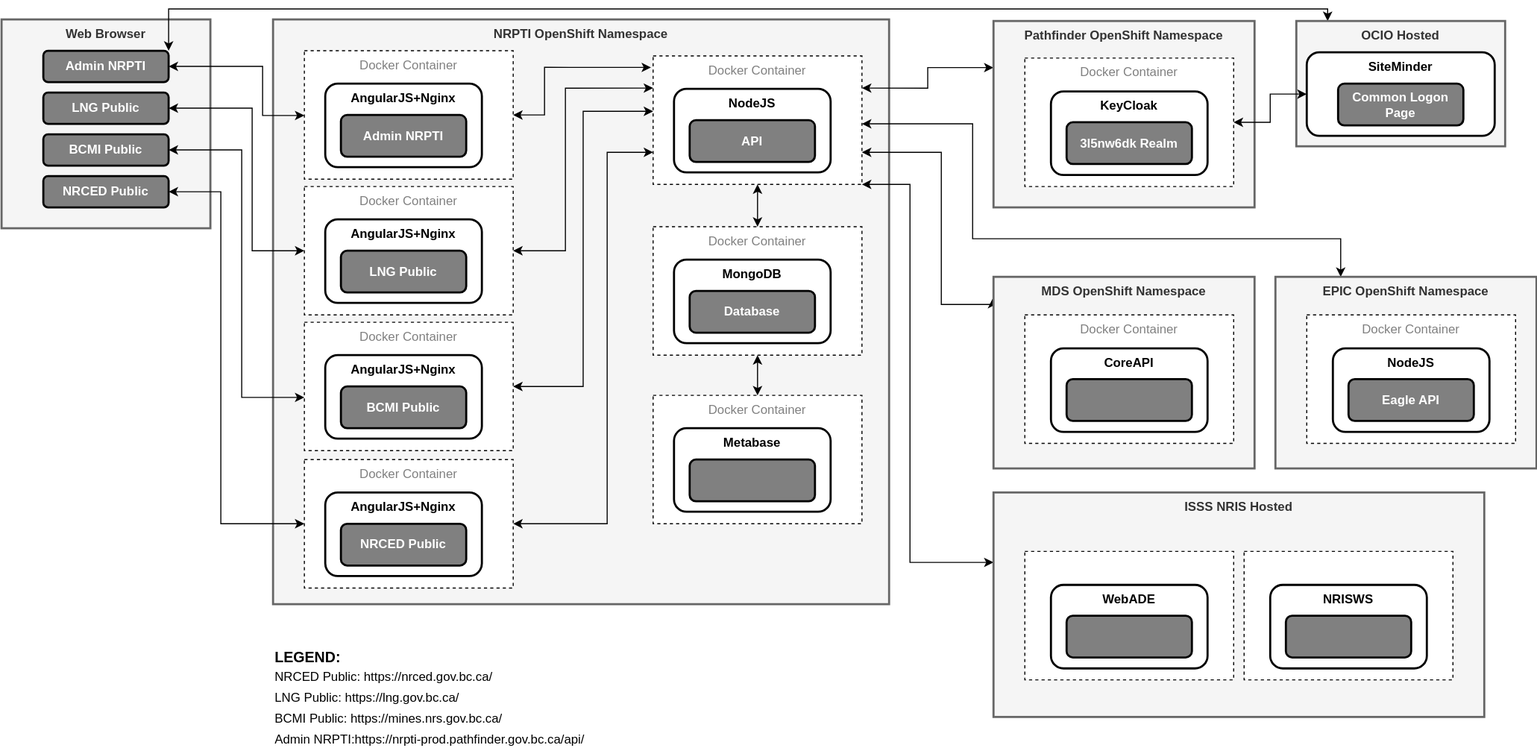
bcgov/NRPTI keeps this draw.io diagram as docs/NRPTI-Architecture.svg. Above is the earlier version. Source tidied: cells renumbered, new cells last; positions are measured from the earlier drawing's top-left corner, leaving out a move shared by most shapes.
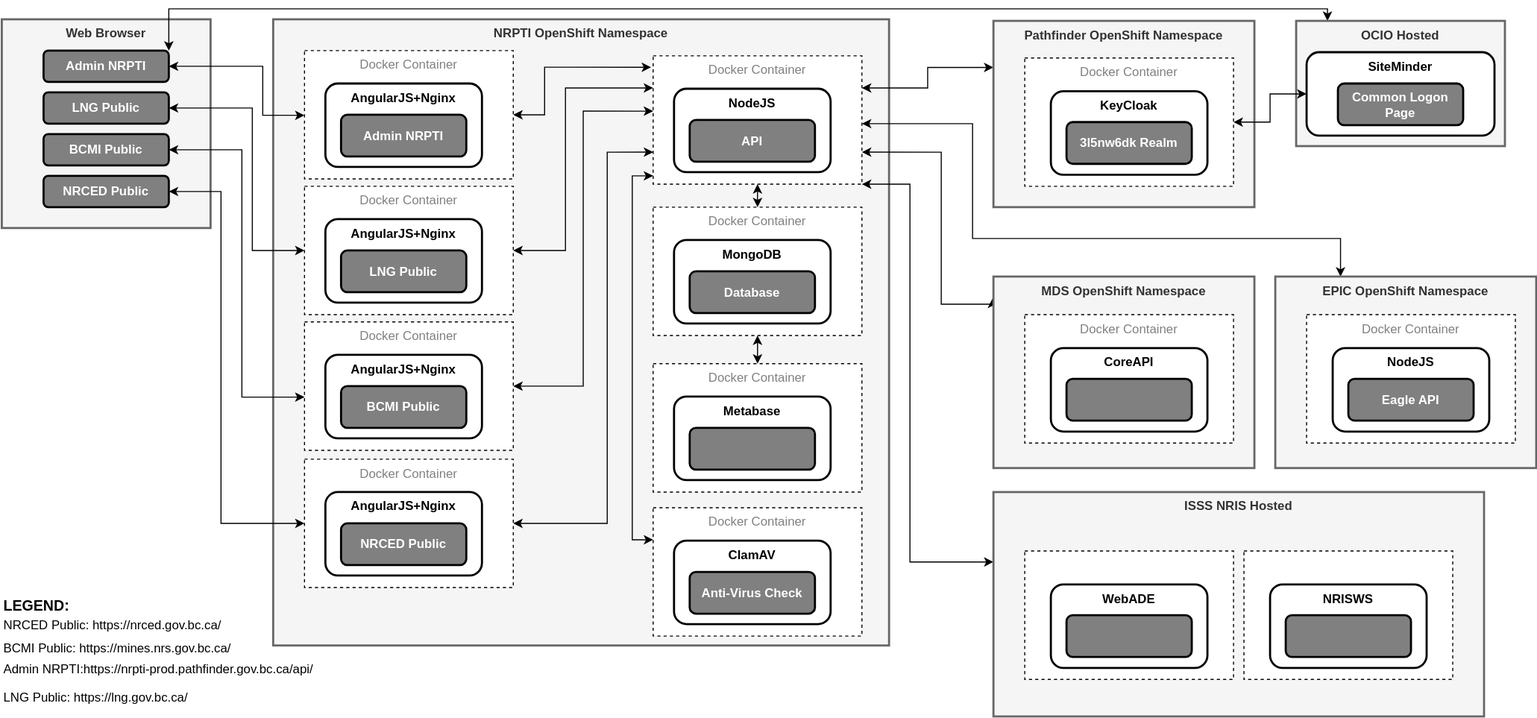
Later version of the same file.

Commit message:
NOBUG: Updating diagram to reflect ClamAV Update readme - moving content around, adding ClamAV reference

What changed in the source:
```diff
@@ -26,7 +26,7 @@
       <mxGeometry x="40" y="160" width="120" height="30" as="geometry" />
     </mxCell>
     <mxCell id="8" value="NRPTI OpenShift Namespace" style="rounded=0;whiteSpace=wrap;html=1;verticalAlign=top;fillColor=#f5f5f5;strokeColor=#666666;fontColor=#333333;strokeWidth=2;fontStyle=1;" parent="1" vertex="1">
-      <mxGeometry x="260" y="10" width="590" height="560" as="geometry" />
+      <mxGeometry x="260" y="10" width="590" height="600" as="geometry" />
     </mxCell>
     <mxCell id="9" style="edgeStyle=orthogonalEdgeStyle;rounded=0;jettySize=auto;html=1;startArrow=classic;startFill=1;exitX=0.5;exitY=1;exitDx=0;exitDy=0;" parent="1" edge="1" source="13" target="16">
       <mxGeometry relative="1" as="geometry" />
@@ -50,6 +50,14 @@
     <mxCell id="12" style="edgeStyle=orthogonalEdgeStyle;rounded=0;jettySize=auto;html=1;exitX=1;exitY=0.25;exitDx=0;exitDy=0;entryX=0;entryY=0.25;entryDx=0;entryDy=0;startArrow=classic;startFill=1;fontSize=14;" parent="1" edge="1" source="13" target="23">
       <mxGeometry relative="1" as="geometry" />
     </mxCell>
+    <mxCell id="73" style="edgeStyle=orthogonalEdgeStyle;rounded=0;jettySize=auto;html=1;entryX=0;entryY=0.25;entryDx=0;entryDy=0;startArrow=classic;startFill=1;" parent="1" edge="1" source="13" target="74">
+      <mxGeometry relative="1" as="geometry">
+        <Array as="points">
+          <mxPoint x="604" y="160" />
+          <mxPoint x="604" y="509" />
+        </Array>
+      </mxGeometry>
+    </mxCell>
     <mxCell id="13" value="Docker Container" style="rounded=0;whiteSpace=wrap;html=1;strokeWidth=1;fillColor=#FFFFFF;fontColor=#808080;dashed=1;verticalAlign=top;" parent="1" vertex="1">
       <mxGeometry x="624" y="45" width="200" height="123" as="geometry" />
     </mxCell>
@@ -60,25 +68,25 @@
       <mxGeometry x="659" y="106.5" width="120" height="40" as="geometry" />
     </mxCell>
     <mxCell id="16" value="Docker Container" style="rounded=0;whiteSpace=wrap;html=1;strokeWidth=1;fillColor=#FFFFFF;fontColor=#808080;dashed=1;verticalAlign=top;" parent="1" vertex="1">
-      <mxGeometry x="624" y="208.5" width="200" height="123" as="geometry" />
+      <mxGeometry x="624" y="190" width="200" height="123" as="geometry" />
     </mxCell>
     <mxCell id="17" value="MongoDB" style="rounded=1;whiteSpace=wrap;html=1;strokeWidth=2;verticalAlign=top;fontStyle=1;" parent="1" vertex="1">
-      <mxGeometry x="644" y="240" width="150" height="80" as="geometry" />
+      <mxGeometry x="644" y="221.5" width="150" height="80" as="geometry" />
     </mxCell>
     <mxCell id="18" value="Database" style="rounded=1;whiteSpace=wrap;html=1;strokeWidth=2;fillColor=#808080;fontColor=#FFFFFF;fontStyle=1;" parent="1" vertex="1">
-      <mxGeometry x="659" y="270" width="120" height="40" as="geometry" />
+      <mxGeometry x="659" y="251.5" width="120" height="40" as="geometry" />
     </mxCell>
     <mxCell id="19" style="edgeStyle=orthogonalEdgeStyle;rounded=0;jettySize=auto;html=1;entryX=0.5;entryY=1;entryDx=0;entryDy=0;startArrow=classic;startFill=1;" parent="1" edge="1" source="20" target="16">
       <mxGeometry relative="1" as="geometry" />
     </mxCell>
     <mxCell id="20" value="Docker Container" style="rounded=0;whiteSpace=wrap;html=1;strokeWidth=1;fillColor=#FFFFFF;fontColor=#808080;dashed=1;verticalAlign=top;" parent="1" vertex="1">
-      <mxGeometry x="624" y="370" width="200" height="123" as="geometry" />
+      <mxGeometry x="624" y="340" width="200" height="123" as="geometry" />
     </mxCell>
     <mxCell id="21" value="Metabase" style="rounded=1;whiteSpace=wrap;html=1;strokeWidth=2;verticalAlign=top;fontStyle=1;" parent="1" vertex="1">
-      <mxGeometry x="644" y="401.5" width="150" height="80" as="geometry" />
+      <mxGeometry x="644" y="371.5" width="150" height="80" as="geometry" />
     </mxCell>
     <mxCell id="22" style="rounded=1;whiteSpace=wrap;html=1;strokeWidth=2;fillColor=#808080;fontColor=#FFFFFF;fontStyle=1;" parent="1" vertex="1">
-      <mxGeometry x="659" y="431.5" width="120" height="40" as="geometry" />
+      <mxGeometry x="659" y="401.5" width="120" height="40" as="geometry" />
     </mxCell>
     <mxCell id="23" value="Pathfinder OpenShift Namespace" style="rounded=0;whiteSpace=wrap;html=1;verticalAlign=top;fillColor=#f5f5f5;strokeColor=#666666;fontColor=#333333;strokeWidth=2;fontStyle=1;" parent="1" vertex="1">
       <mxGeometry x="950" y="11.5" width="250" height="178.5" as="geometry" />
@@ -106,22 +114,22 @@
     </mxCell>
     <object id="31" label="NRCED Public: https://nrced.gov.bc.ca/" name="Variable" placeholders="1">
       <mxCell style="text;html=1;strokeColor=none;fillColor=none;align=left;verticalAlign=middle;whiteSpace=wrap;overflow=hidden;" parent="1" vertex="1">
-        <mxGeometry x="260" y="630" width="240" height="20" as="geometry" />
+        <mxGeometry y="581" width="240" height="20" as="geometry" />
       </mxCell>
     </object>
     <object id="32" label="LNG Public: https://lng.gov.bc.ca/" name="Variable" placeholders="1">
       <mxCell style="text;html=1;strokeColor=none;fillColor=none;align=left;verticalAlign=middle;whiteSpace=wrap;overflow=hidden;" parent="1" vertex="1">
-        <mxGeometry x="260" y="650" width="240" height="20" as="geometry" />
+        <mxGeometry y="650" width="240" height="20" as="geometry" />
       </mxCell>
     </object>
     <object id="33" label="BCMI Public: https://mines.nrs.gov.bc.ca/" name="Variable" placeholders="1">
       <mxCell style="text;html=1;strokeColor=none;fillColor=none;align=left;verticalAlign=middle;whiteSpace=wrap;overflow=hidden;" parent="1" vertex="1">
-        <mxGeometry x="260" y="670" width="240" height="20" as="geometry" />
+        <mxGeometry y="603" width="240" height="20" as="geometry" />
       </mxCell>
     </object>
     <object id="34" label="Admin NRPTI:https://nrpti-prod.pathfinder.gov.bc.ca/api/" name="Variable" placeholders="1">
       <mxCell style="text;html=1;strokeColor=none;fillColor=none;align=left;verticalAlign=middle;whiteSpace=wrap;overflow=hidden;" parent="1" vertex="1">
-        <mxGeometry x="260" y="690" width="350" height="20" as="geometry" />
+        <mxGeometry y="623" width="350" height="20" as="geometry" />
       </mxCell>
     </object>
     <mxCell id="35" style="edgeStyle=orthogonalEdgeStyle;rounded=0;jettySize=auto;html=1;startArrow=classic;startFill=1;entryX=-0.01;entryY=0.089;entryDx=0;entryDy=0;entryPerimeter=0;" parent="1" edge="1" source="36" target="13">
@@ -231,7 +239,7 @@
     </mxCell>
     <object id="56" label="LEGEND:" name="Variable" placeholders="1">
       <mxCell style="text;html=1;strokeColor=none;fillColor=none;align=left;verticalAlign=middle;whiteSpace=wrap;overflow=hidden;fontStyle=1;fontSize=14;" parent="1" vertex="1">
-        <mxGeometry x="260" y="610" width="240" height="20" as="geometry" />
+        <mxGeometry y="561" width="240" height="20" as="geometry" />
       </mxCell>
     </object>
     <mxCell id="57" value="MDS OpenShift Namespace" style="rounded=0;whiteSpace=wrap;html=1;verticalAlign=top;fillColor=#f5f5f5;strokeColor=#666666;fontColor=#333333;strokeWidth=2;fontStyle=1;" parent="1" vertex="1">
@@ -282,5 +290,14 @@
     <mxCell id="72" style="edgeStyle=orthogonalEdgeStyle;rounded=0;orthogonalLoop=1;jettySize=auto;html=1;exitX=0.5;exitY=1;exitDx=0;exitDy=0;startArrow=classic;startFill=1;fontSize=14;" parent="1" edge="1" source="23" target="23">
       <mxGeometry relative="1" as="geometry" />
     </mxCell>
+    <mxCell id="74" value="Docker Container" style="rounded=0;whiteSpace=wrap;html=1;strokeWidth=1;fillColor=#FFFFFF;fontColor=#808080;dashed=1;verticalAlign=top;" parent="1" vertex="1">
+      <mxGeometry x="624" y="478" width="200" height="123" as="geometry" />
+    </mxCell>
+    <mxCell id="75" value="ClamAV" style="rounded=1;whiteSpace=wrap;html=1;strokeWidth=2;verticalAlign=top;fontStyle=1;" parent="1" vertex="1">
+      <mxGeometry x="644" y="509.5" width="150" height="80" as="geometry" />
+    </mxCell>
+    <mxCell id="76" value="Anti-Virus Check" style="rounded=1;whiteSpace=wrap;html=1;strokeWidth=2;fillColor=#808080;fontColor=#FFFFFF;fontStyle=1;" parent="1" vertex="1">
+      <mxGeometry x="659" y="539.5" width="120" height="40" as="geometry" />
+    </mxCell>
   </root>
 </mxGraphModel>
```
